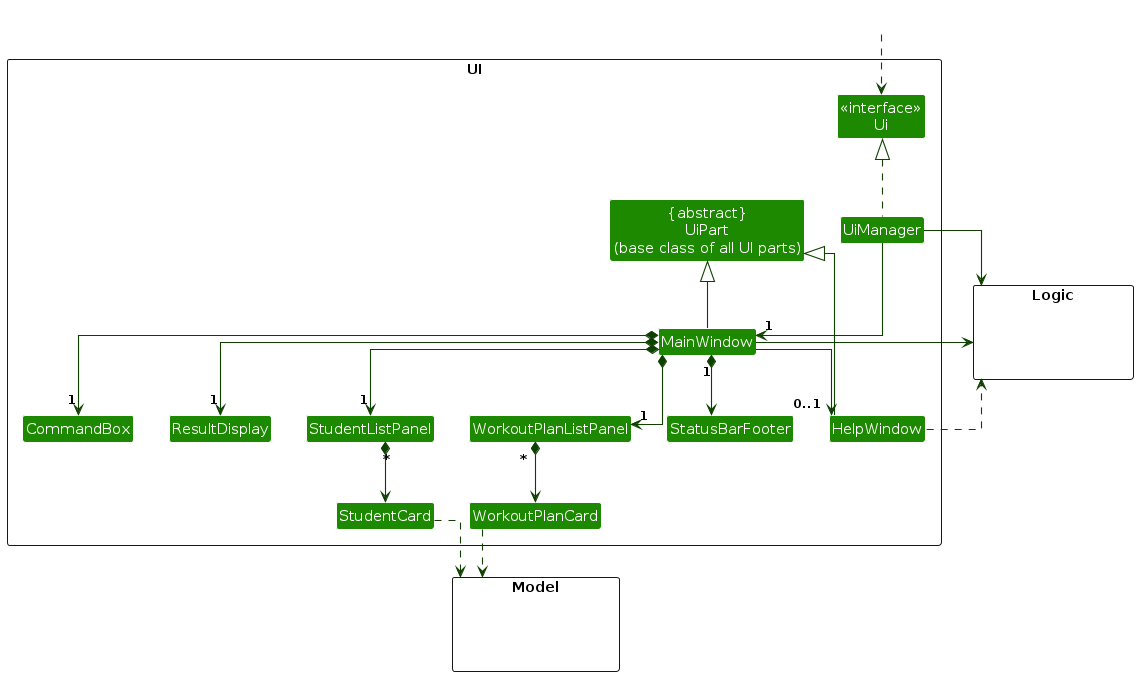
This is diagrams/UiClassDiagram.png from AY2627S1-CS2103T-T11-4/tp, a PlantUML export, as it was before one commit. Its source is kept beside it as diagrams/UiClassDiagram.puml.
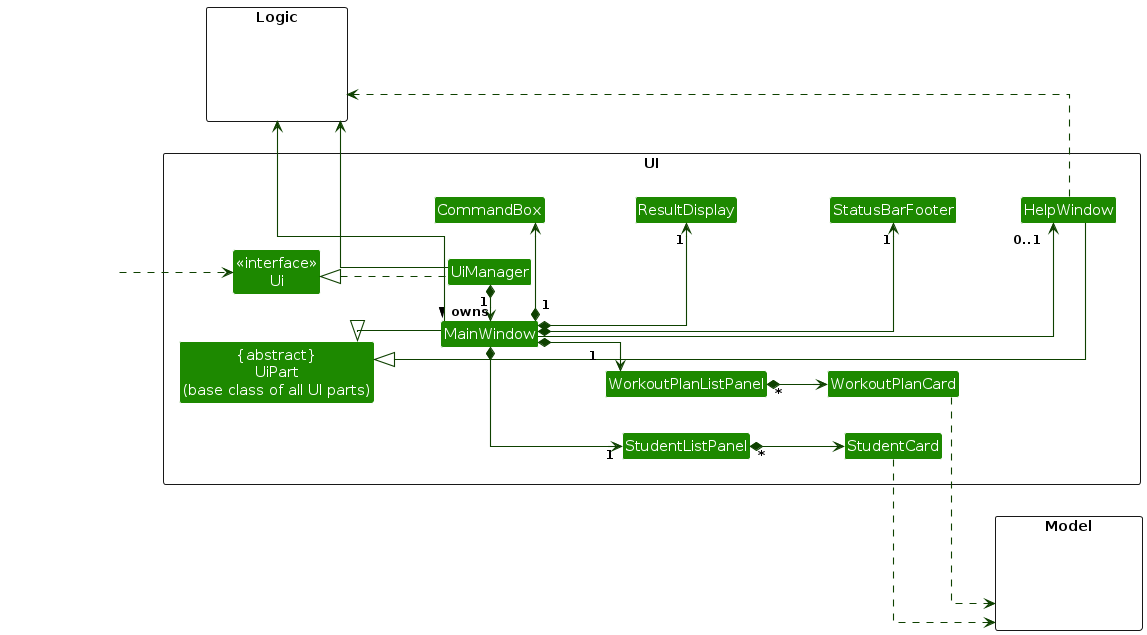
After the change.

What changed in the source:
```diff
@@ -1,24 +1,33 @@
 @startuml
 !include style.puml
-top to bottom direction
+left to right direction
 skinparam linetype ortho
 skinparam arrowThickness 1.1
 skinparam arrowColor UI_COLOR_T4
 skinparam classBackgroundColor UI_COLOR
 
 package UI <<Rectangle>> {
-Class "<<interface>>\nUi" as Ui
-Class UiManager
-Class "{abstract}\nUiPart\n(base class of all UI parts)" as UiPart
-Class MainWindow
-Class CommandBox
-Class ResultDisplay
-Class StudentListPanel
-Class WorkoutPlanListPanel
-Class StatusBarFooter
-Class HelpWindow
-Class StudentCard
-Class WorkoutPlanCard
+    Class "<<interface>>\nUi" as Ui
+    Class UiManager
+    Class "{abstract}\nUiPart\n(base class of all UI parts)" as UiPart
+    Class MainWindow
+
+    together {
+        Class CommandBox
+        Class ResultDisplay
+        Class StatusBarFooter
+        Class HelpWindow
+    }
+
+    together {
+        Class StudentListPanel
+        Class StudentCard
+    }
+
+    together {
+        Class WorkoutPlanListPanel
+        Class WorkoutPlanCard
+    }
 }
 
 package Logic <<Rectangle>> {
@@ -33,31 +42,31 @@
 HiddenOutside ..> Ui
 
 UiManager .up.|> Ui
-UiManager -down-> "1" MainWindow
+UiManager *-right-> "1" MainWindow : owns >
 
 MainWindow -up-|> UiPart
-HelpWindow -up-|> UiPart
+HelpWindow -left-|> UiPart
 
-MainWindow *-down-> "1" CommandBox
-MainWindow *-down-> "1" ResultDisplay
+MainWindow *-right-> "1" CommandBox
+MainWindow *-right-> "1" ResultDisplay
+MainWindow *-right-> "1" StatusBarFooter
+MainWindow -right-> "0..1" HelpWindow
 MainWindow *-down-> "1" StudentListPanel
 MainWindow *-down-> "1" WorkoutPlanListPanel
-MainWindow *-down-> "1" StatusBarFooter
-MainWindow -down-> "0..1" HelpWindow
 
 StudentListPanel *-down-> "*" StudentCard
 WorkoutPlanListPanel *-down-> "*" WorkoutPlanCard
 
 StudentCard ..> Model
 WorkoutPlanCard ..> Model
-UiManager -right-> Logic
-MainWindow -right-> Logic
-HelpWindow .up.> Logic
+UiManager -up-> Logic
+MainWindow -up-> Logic
+HelpWindow .down.> Logic
 
-CommandBox -[hidden]right- ResultDisplay
-ResultDisplay -[hidden]right- StudentListPanel
+CommandBox -[hidden]down- ResultDisplay
+ResultDisplay -[hidden]down- StatusBarFooter
+StatusBarFooter -[hidden]down- HelpWindow
 StudentListPanel -[hidden]right- WorkoutPlanListPanel
-WorkoutPlanListPanel -[hidden]right- StatusBarFooter
 StudentCard -[hidden]right- WorkoutPlanCard
 
 @enduml
```
